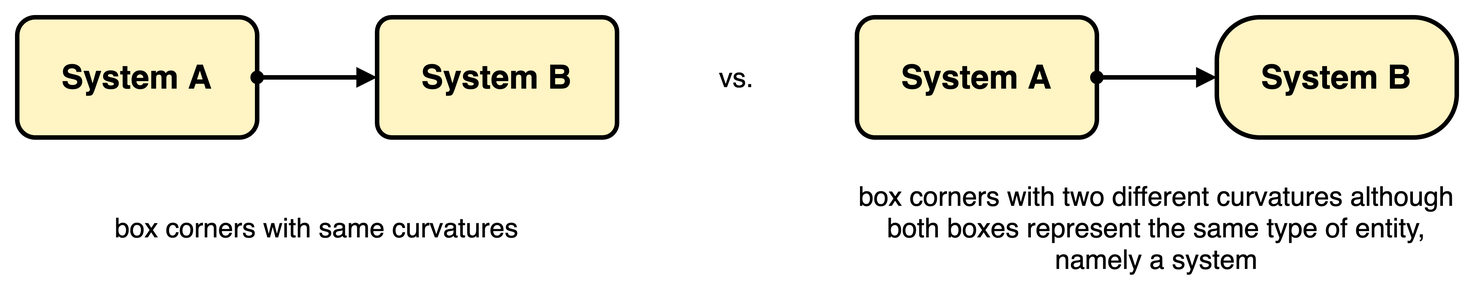
The draw.io diagram diagrams/box-guideline_consistent-corner-curvature_1.png in martinleggewie/visual-tips-for-creating-schematic-diagrams, before a commit. Source tidied: cells renumbered, new cells last; positions are measured from the earlier drawing's top-left corner, leaving out a move shared by most shapes.
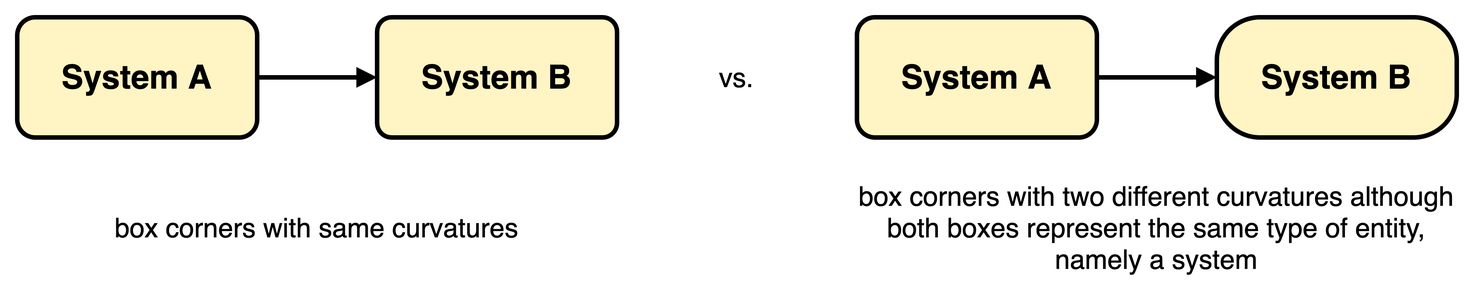
Later version of the same file.

Change to the diagram source:
```diff
@@ -12,7 +12,7 @@
     <mxCell id="5" value="System B" style="rounded=1;whiteSpace=wrap;html=1;strokeWidth=3;fontSize=22;fontStyle=1;fillColor=#FFF4C3;arcSize=12;" parent="3" vertex="1">
       <mxGeometry x="250" y="10" width="160" height="80" as="geometry" />
     </mxCell>
-    <mxCell id="6" style="edgeStyle=none;rounded=0;jettySize=auto;html=1;startArrow=oval;startFill=1;endArrow=block;endFill=1;strokeWidth=3;fontSize=22;" parent="3" edge="1" source="4" target="5">
+    <mxCell id="6" style="edgeStyle=none;rounded=0;jettySize=auto;html=1;startArrow=none;startFill=0;endArrow=block;endFill=1;strokeWidth=3;fontSize=22;" parent="3" edge="1" source="4" target="5">
       <mxGeometry relative="1" as="geometry" />
     </mxCell>
     <mxCell id="7" value="vs." style="text;html=1;strokeColor=none;fillColor=none;align=center;verticalAlign=middle;whiteSpace=wrap;rounded=0;fontSize=18;" parent="3" vertex="1">
@@ -24,7 +24,7 @@
     <mxCell id="9" value="System B" style="rounded=1;whiteSpace=wrap;html=1;strokeWidth=3;fontSize=22;fontStyle=1;fillColor=#FFF4C3;arcSize=36;" parent="3" vertex="1">
       <mxGeometry x="810" y="10" width="160" height="80" as="geometry" />
     </mxCell>
-    <mxCell id="10" style="edgeStyle=none;rounded=0;jettySize=auto;html=1;startArrow=oval;startFill=1;endArrow=block;endFill=1;strokeWidth=3;fontSize=22;" parent="3" edge="1" source="8" target="9">
+    <mxCell id="10" style="edgeStyle=none;rounded=0;jettySize=auto;html=1;startArrow=none;startFill=0;endArrow=block;endFill=1;strokeWidth=3;fontSize=22;" parent="3" edge="1" source="8" target="9">
       <mxGeometry relative="1" as="geometry" />
     </mxCell>
     <mxCell id="11" value="&lt;span style=&quot;font-size: 18px&quot;&gt;box corners with two different curvatures although both boxes represent the same type of entity, namely a system&lt;br style=&quot;font-size: 18px&quot;&gt;&lt;/span&gt;" style="text;html=1;strokeColor=none;fillColor=none;align=center;verticalAlign=middle;whiteSpace=wrap;rounded=0;fontSize=18;" parent="3" vertex="1">
```
